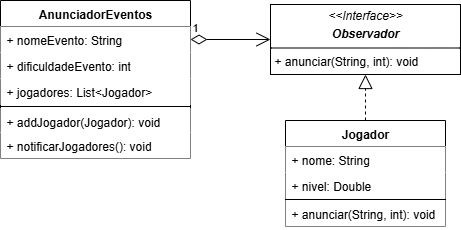
Before: Engenharia III/Observer/Pattern/observer.drawio.png, a diagram exported from draw.io (EstupendoG/bertoti). Source tidied: cells renumbered, new cells last; positions are measured from the earlier drawing's top-left corner, leaving out a move shared by most shapes. Source of this version:
```xml
<mxGraphModel>
  <root>
    <mxCell id="0" />
    <mxCell id="1" parent="0" />
    <mxCell id="2" value="AnunciadorEventos" style="swimlane;fontStyle=1;align=center;verticalAlign=top;horizontal=1;startSize=26;whiteSpace=wrap;html=1;" parent="1" vertex="1">
      <mxGeometry width="190" height="158" as="geometry" />
    </mxCell>
    <mxCell id="3" value="+ nomeEvento: String" style="text;strokeColor=none;fillColor=default;align=left;verticalAlign=top;spacingLeft=4;spacingRight=4;overflow=hidden;points=[[0,0.5],[1,0.5]];portConstraint=eastwest;whiteSpace=wrap;html=1;" parent="2" vertex="1">
      <mxGeometry y="26" width="190" height="26" as="geometry" />
    </mxCell>
    <mxCell id="4" value="+ dificuldadeEvento: int" style="text;strokeColor=none;fillColor=default;align=left;verticalAlign=top;spacingLeft=4;spacingRight=4;overflow=hidden;whiteSpace=wrap;html=1;" parent="2" vertex="1">
      <mxGeometry y="52" width="190" height="26" as="geometry" />
    </mxCell>
    <mxCell id="5" value="+ jogadores: List&amp;lt;Jogador&amp;gt;" style="text;strokeColor=none;fillColor=default;align=left;verticalAlign=top;spacingLeft=4;spacingRight=4;overflow=hidden;whiteSpace=wrap;html=1;" parent="2" vertex="1">
      <mxGeometry y="78" width="190" height="26" as="geometry" />
    </mxCell>
    <mxCell id="6" style="line;strokeWidth=1;fillColor=none;align=left;verticalAlign=middle;spacingTop=-1;spacingLeft=3;spacingRight=3;labelPosition=right;strokeColor=inherit;" parent="2" vertex="1">
      <mxGeometry y="104" width="190" height="4" as="geometry" />
    </mxCell>
    <mxCell id="7" value="+ addJogador(Jogador): void&amp;nbsp;&amp;nbsp;" style="text;strokeColor=none;fillColor=default;align=left;verticalAlign=top;spacingLeft=4;spacingRight=4;overflow=hidden;whiteSpace=wrap;html=1;" parent="2" vertex="1">
      <mxGeometry y="108" width="190" height="24" as="geometry" />
    </mxCell>
    <mxCell id="8" value="+ notificarJogadores(): void" style="text;strokeColor=none;fillColor=default;align=left;verticalAlign=top;spacingLeft=4;spacingRight=4;overflow=hidden;whiteSpace=wrap;html=1;" parent="2" vertex="1">
      <mxGeometry y="132" width="190" height="26" as="geometry" />
    </mxCell>
    <mxCell id="9" value="Jogador" style="swimlane;fontStyle=1;align=center;verticalAlign=top;horizontal=1;startSize=26;whiteSpace=wrap;html=1;" parent="1" vertex="1">
      <mxGeometry x="285" y="120" width="160" height="106" as="geometry" />
    </mxCell>
    <mxCell id="10" value="+ nome: String" style="text;strokeColor=none;fillColor=default;align=left;verticalAlign=top;spacingLeft=4;spacingRight=4;overflow=hidden;whiteSpace=wrap;html=1;" parent="9" vertex="1">
      <mxGeometry y="26" width="160" height="26" as="geometry" />
    </mxCell>
    <mxCell id="11" value="+ nivel: Double" style="text;strokeColor=none;fillColor=default;align=left;verticalAlign=top;spacingLeft=4;spacingRight=4;overflow=hidden;whiteSpace=wrap;html=1;" parent="9" vertex="1">
      <mxGeometry y="52" width="160" height="26" as="geometry" />
    </mxCell>
    <mxCell id="12" style="line;strokeWidth=1;fillColor=none;align=left;verticalAlign=middle;spacingTop=-1;spacingLeft=3;spacingRight=3;labelPosition=right;strokeColor=inherit;" parent="9" vertex="1">
      <mxGeometry y="78" width="160" height="2" as="geometry" />
    </mxCell>
    <mxCell id="13" value="+ anunciar(String, int): void" style="text;strokeColor=none;fillColor=default;align=left;verticalAlign=top;spacingLeft=4;spacingRight=4;overflow=hidden;whiteSpace=wrap;html=1;" parent="9" vertex="1">
      <mxGeometry y="80" width="160" height="26" as="geometry" />
    </mxCell>
    <mxCell id="14" value="1" style="endArrow=open;html=1;endSize=12;startArrow=diamondThin;startSize=14;startFill=0;edgeStyle=orthogonalEdgeStyle;align=left;verticalAlign=bottom;rounded=0;exitX=1;exitY=0.5;exitDx=0;exitDy=0;entryX=0;entryY=0.5;entryDx=0;entryDy=0;" parent="1" edge="1" source="3" target="15">
      <mxGeometry x="-1" y="3" relative="1" as="geometry" />
    </mxCell>
    <mxCell id="15" value="&lt;p style=&quot;margin:0px;margin-top:4px;text-align:center;&quot;&gt;&lt;i&gt;&amp;lt;&amp;lt;Interface&amp;gt;&amp;gt;&lt;/i&gt;&lt;/p&gt;&lt;p style=&quot;margin:0px;margin-top:4px;text-align:center;&quot;&gt;&lt;i&gt;&lt;b&gt;Observador&lt;/b&gt;&lt;/i&gt;&lt;/p&gt;&lt;hr size=&quot;1&quot; style=&quot;border-style:solid;&quot;&gt;&lt;p style=&quot;margin:0px;margin-left:4px;&quot;&gt;+ anunciar(String, int): void&lt;/p&gt;" style="verticalAlign=top;align=left;overflow=fill;html=1;whiteSpace=wrap;" parent="1" vertex="1">
      <mxGeometry x="270" y="4" width="190" height="70" as="geometry" />
    </mxCell>
    <mxCell id="16" style="endArrow=block;dashed=1;endFill=0;endSize=12;html=1;rounded=0;exitX=0.5;exitY=0;exitDx=0;exitDy=0;entryX=0.5;entryY=1;entryDx=0;entryDy=0;" parent="1" edge="1" source="9" target="15">
      <mxGeometry relative="1" as="geometry" />
    </mxCell>
  </root>
</mxGraphModel>
```
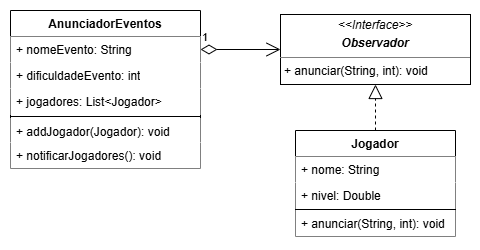
Above is the later version.

Change to the diagram source:
```diff
@@ -2,6 +2,9 @@
   <root>
     <mxCell id="0" />
     <mxCell id="1" parent="0" />
+    <mxCell id="17" style="rounded=0;whiteSpace=wrap;html=1;strokeColor=none;" parent="1" vertex="1">
+      <mxGeometry x="-10" y="-10" width="480" height="250" as="geometry" />
+    </mxCell>
     <mxCell id="2" value="AnunciadorEventos" style="swimlane;fontStyle=1;align=center;verticalAlign=top;horizontal=1;startSize=26;whiteSpace=wrap;html=1;" parent="1" vertex="1">
       <mxGeometry width="190" height="158" as="geometry" />
     </mxCell>
```
